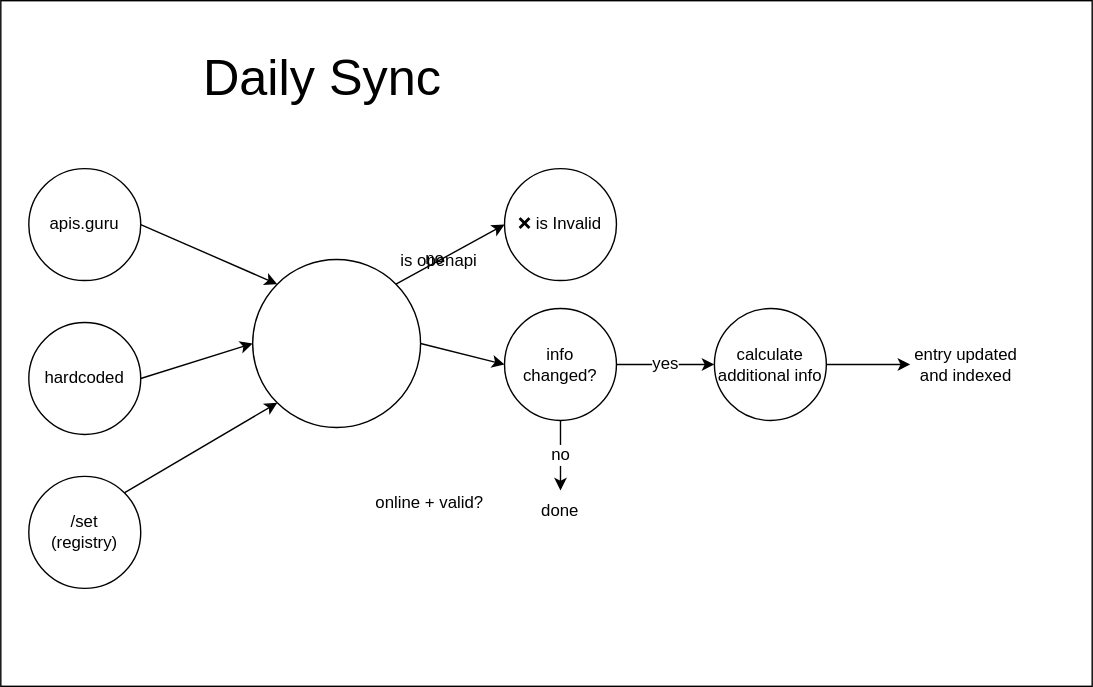
CodeFromAnywhere/openapi-search keeps this draw.io diagram as sync.drawio.svg. Above is the earlier version. Source tidied: cells renumbered, new cells last; positions are measured from the earlier drawing's top-left corner, leaving out a move shared by most shapes.
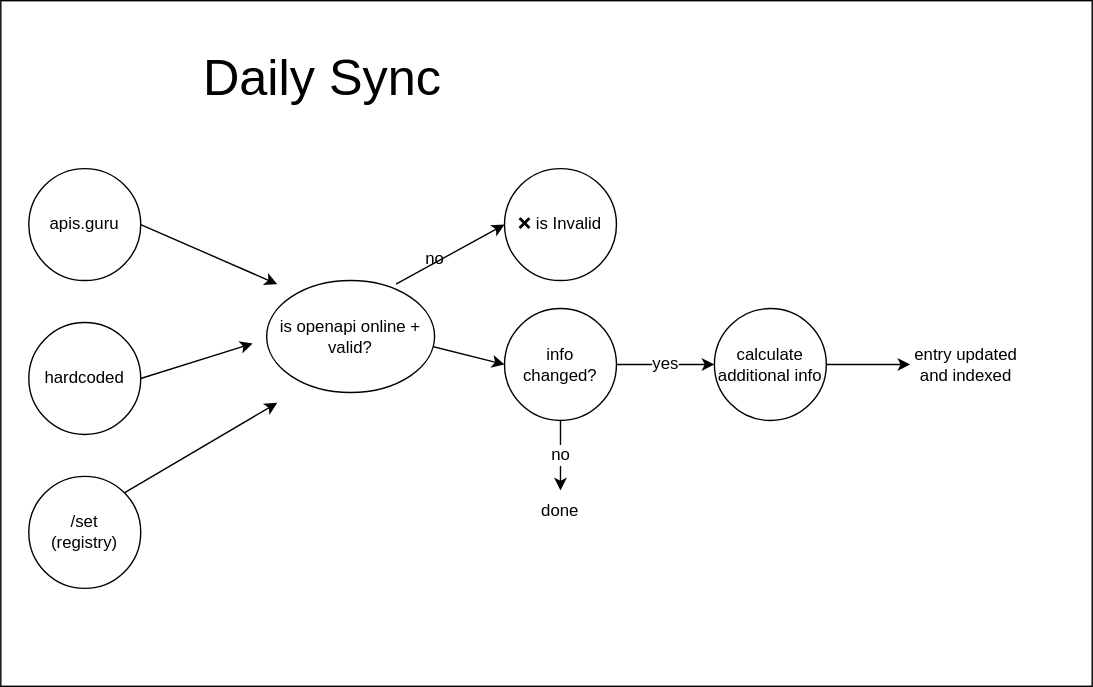
Above is the later version.

Change to the diagram source:
```diff
@@ -5,14 +5,18 @@
     <mxCell id="2" style="rounded=0;whiteSpace=wrap;html=1;fontFamily=Helvetica;fontSize=12;" parent="1" vertex="1">
       <mxGeometry width="780" height="490" as="geometry" />
     </mxCell>
-    <mxCell id="3" style="edgeStyle=none;html=1;exitX=1;exitY=0.5;exitDx=0;exitDy=0;entryX=0;entryY=0;entryDx=0;entryDy=0;fontSize=12;" parent="1" edge="1" source="4" target="17">
-      <mxGeometry relative="1" as="geometry" />
+    <mxCell id="3" style="edgeStyle=none;html=1;exitX=1;exitY=0.5;exitDx=0;exitDy=0;entryX=0;entryY=0;entryDx=0;entryDy=0;fontSize=12;" parent="1" edge="1" source="4">
+      <mxGeometry relative="1" as="geometry">
+        <mxPoint x="197.6" y="202.6" as="targetPoint" />
+      </mxGeometry>
     </mxCell>
     <mxCell id="4" value="apis.guru" style="ellipse;whiteSpace=wrap;html=1;" parent="1" vertex="1">
       <mxGeometry x="20" y="120" width="80" height="80" as="geometry" />
     </mxCell>
-    <mxCell id="5" style="edgeStyle=none;html=1;exitX=1;exitY=0.5;exitDx=0;exitDy=0;entryX=0;entryY=0.5;entryDx=0;entryDy=0;fontSize=12;" parent="1" edge="1" source="6" target="17">
-      <mxGeometry relative="1" as="geometry" />
+    <mxCell id="5" style="edgeStyle=none;html=1;exitX=1;exitY=0.5;exitDx=0;exitDy=0;entryX=0;entryY=0.5;entryDx=0;entryDy=0;fontSize=12;" parent="1" edge="1" source="6">
+      <mxGeometry relative="1" as="geometry">
+        <mxPoint x="180" y="245" as="targetPoint" />
+      </mxGeometry>
     </mxCell>
     <mxCell id="6" value="hardcoded" style="ellipse;whiteSpace=wrap;html=1;" parent="1" vertex="1">
       <mxGeometry x="20" y="230" width="80" height="80" as="geometry" />
@@ -28,8 +32,10 @@
     <mxCell id="9" value="info &lt;br&gt;changed?" style="ellipse;whiteSpace=wrap;html=1;" parent="1" vertex="1">
       <mxGeometry x="360" y="220" width="80" height="80" as="geometry" />
     </mxCell>
-    <mxCell id="10" style="edgeStyle=none;html=1;exitX=1;exitY=0;exitDx=0;exitDy=0;entryX=0;entryY=1;entryDx=0;entryDy=0;" parent="1" edge="1" source="11" target="17">
-      <mxGeometry relative="1" as="geometry" />
+    <mxCell id="10" style="edgeStyle=none;html=1;exitX=1;exitY=0;exitDx=0;exitDy=0;entryX=0;entryY=1;entryDx=0;entryDy=0;" parent="1" edge="1" source="11">
+      <mxGeometry relative="1" as="geometry">
+        <mxPoint x="197.6" y="287.4" as="targetPoint" />
+      </mxGeometry>
     </mxCell>
     <mxCell id="11" value="/set&lt;br&gt;(registry)" style="ellipse;whiteSpace=wrap;html=1;" parent="1" vertex="1">
       <mxGeometry x="20" y="340" width="80" height="80" as="geometry" />
@@ -43,17 +49,17 @@
     <mxCell id="14" value="&lt;font style=&quot;font-size: 36px;&quot;&gt;Daily Sync&lt;/font&gt;" style="text;html=1;strokeColor=none;fillColor=none;align=center;verticalAlign=middle;whiteSpace=wrap;rounded=0;" parent="1" vertex="1">
       <mxGeometry x="120" y="40" width="220" height="30" as="geometry" />
     </mxCell>
-    <mxCell id="15" style="edgeStyle=none;html=1;exitX=1;exitY=0;exitDx=0;exitDy=0;fontFamily=Helvetica;fontSize=12;" parent="1" edge="1" source="17">
+    <mxCell id="15" style="edgeStyle=none;html=1;exitX=1;exitY=0;exitDx=0;exitDy=0;fontFamily=Helvetica;fontSize=12;" parent="1" edge="1">
       <mxGeometry relative="1" as="geometry">
+        <mxPoint x="282.4" y="202.6" as="sourcePoint" />
         <mxPoint x="360" y="160" as="targetPoint" />
       </mxGeometry>
     </mxCell>
-    <mxCell id="16" style="edgeStyle=none;html=1;exitX=1;exitY=0.5;exitDx=0;exitDy=0;entryX=0;entryY=0.5;entryDx=0;entryDy=0;fontFamily=Helvetica;fontSize=12;" parent="1" edge="1" source="17" target="9">
-      <mxGeometry relative="1" as="geometry" />
+    <mxCell id="16" style="edgeStyle=none;html=1;exitX=1;exitY=0.5;exitDx=0;exitDy=0;entryX=0;entryY=0.5;entryDx=0;entryDy=0;fontFamily=Helvetica;fontSize=12;" parent="1" edge="1" target="9">
+      <mxGeometry relative="1" as="geometry">
+        <mxPoint x="300" y="245" as="sourcePoint" />
+      </mxGeometry>
     </mxCell>
-    <mxCell id="17" value="&lt;pre&gt;&lt;font face=&quot;Helvetica&quot; style=&quot;font-size: 12px;&quot;&gt;&lt;font style=&quot;&quot;&gt;is openapi&lt;br&gt;&lt;/font&gt;online + valid?&lt;/font&gt;&lt;/pre&gt;" style="ellipse;whiteSpace=wrap;html=1;fontSize=36;" parent="1" vertex="1">
-      <mxGeometry x="180" y="185" width="120" height="120" as="geometry" />
-    </mxCell>
     <mxCell id="18" value="no" style="text;html=1;align=center;verticalAlign=middle;strokeColor=none;fillColor=none;fontSize=12;fontFamily=Helvetica;" parent="1" vertex="1">
       <mxGeometry x="290" y="170" width="40" height="30" as="geometry" />
     </mxCell>
@@ -66,5 +72,8 @@
     <mxCell id="21" value="entry updated and indexed" style="text;html=1;strokeColor=none;fillColor=none;align=center;verticalAlign=middle;whiteSpace=wrap;rounded=0;fontFamily=Helvetica;fontSize=12;" parent="1" vertex="1">
       <mxGeometry x="650" y="245" width="80" height="30" as="geometry" />
     </mxCell>
+    <mxCell id="17" value="is openapi online + valid?" style="ellipse;whiteSpace=wrap;html=1;" parent="1" vertex="1">
+      <mxGeometry x="190" y="200" width="120" height="80" as="geometry" />
+    </mxCell>
   </root>
 </mxGraphModel>
```
